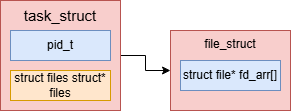
Jenjdi/NotePics keeps this draw.io diagram as struct sock.png. Above is the earlier version. Source tidied: cells renumbered, new cells last; positions are measured from the earlier drawing's top-left corner, leaving out a move shared by most shapes.
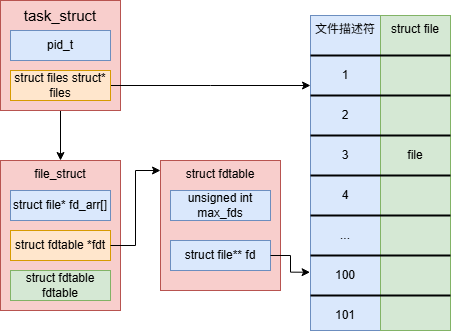
After the commit.

What changed in the source:
```diff
@@ -9,16 +9,98 @@
       <mxGeometry width="120" height="110" as="geometry" />
     </mxCell>
     <mxCell id="4" value="file_struct" style="rounded=0;whiteSpace=wrap;html=1;fillColor=#f8cecc;strokeColor=#b85450;verticalAlign=top;align=center;" parent="1" vertex="1">
-      <mxGeometry x="170" y="30" width="120" height="80" as="geometry" />
+      <mxGeometry y="160" width="120" height="150" as="geometry" />
     </mxCell>
     <mxCell id="5" value="pid_t" style="rounded=0;whiteSpace=wrap;html=1;fillColor=#dae8fc;strokeColor=#6c8ebf;" parent="1" vertex="1">
       <mxGeometry x="10" y="30" width="100" height="30" as="geometry" />
     </mxCell>
+    <mxCell id="8" style="edgeStyle=orthogonalEdgeStyle;rounded=0;jettySize=auto;html=1;" parent="1" edge="1" source="6">
+      <mxGeometry relative="1" as="geometry">
+        <mxPoint x="310" y="85" as="targetPoint" />
+      </mxGeometry>
+    </mxCell>
     <mxCell id="6" value="struct files struct* files" style="rounded=0;whiteSpace=wrap;html=1;fillColor=#ffe6cc;strokeColor=#d79b00;" parent="1" vertex="1">
       <mxGeometry x="10" y="70" width="100" height="30" as="geometry" />
     </mxCell>
     <mxCell id="7" value="struct file* fd_arr[]" style="rounded=0;whiteSpace=wrap;html=1;fillColor=#dae8fc;strokeColor=#6c8ebf;" parent="1" vertex="1">
-      <mxGeometry x="180" y="60" width="100" height="30" as="geometry" />
+      <mxGeometry x="10" y="190" width="100" height="30" as="geometry" />
     </mxCell>
+    <mxCell id="9" value="struct fdtable *fdt" style="rounded=0;whiteSpace=wrap;html=1;fillColor=#ffe6cc;strokeColor=#d79b00;" parent="1" vertex="1">
+      <mxGeometry x="10" y="230" width="100" height="30" as="geometry" />
+    </mxCell>
+    <mxCell id="10" value="struct fdtable fdtable" style="rounded=0;whiteSpace=wrap;html=1;fillColor=#d5e8d4;strokeColor=#82b366;" parent="1" vertex="1">
+      <mxGeometry x="10" y="270" width="100" height="30" as="geometry" />
+    </mxCell>
+    <mxCell id="11" value="struct fdtable" style="rounded=0;whiteSpace=wrap;html=1;verticalAlign=top;fillColor=#f8cecc;strokeColor=#b85450;" parent="1" vertex="1">
+      <mxGeometry x="160" y="160" width="120" height="130" as="geometry" />
+    </mxCell>
+    <mxCell id="12" value="unsigned int max_fds" style="rounded=0;whiteSpace=wrap;html=1;fillColor=#dae8fc;strokeColor=#6c8ebf;" parent="1" vertex="1">
+      <mxGeometry x="170" y="190" width="100" height="30" as="geometry" />
+    </mxCell>
+    <mxCell id="13" value="struct file** fd" style="rounded=0;whiteSpace=wrap;html=1;fillColor=#dae8fc;strokeColor=#6c8ebf;" parent="1" vertex="1">
+      <mxGeometry x="170" y="240" width="100" height="30" as="geometry" />
+    </mxCell>
+    <mxCell id="14" style="edgeStyle=orthogonalEdgeStyle;rounded=0;jettySize=auto;html=1;entryX=0;entryY=0.077;entryDx=0;entryDy=0;entryPerimeter=0;" parent="1" edge="1" source="9" target="11">
+      <mxGeometry relative="1" as="geometry" />
+    </mxCell>
+    <mxCell id="15" value="文件描述符" style="rounded=0;whiteSpace=wrap;html=1;verticalAlign=top;fillColor=#dae8fc;strokeColor=#6c8ebf;" parent="1" vertex="1">
+      <mxGeometry x="310" y="15" width="70" height="315" as="geometry" />
+    </mxCell>
+    <mxCell id="16" style="edgeStyle=orthogonalEdgeStyle;rounded=0;jettySize=auto;html=1;entryX=-0.006;entryY=0.815;entryDx=0;entryDy=0;entryPerimeter=0;" parent="1" edge="1" source="13" target="15">
+      <mxGeometry relative="1" as="geometry" />
+    </mxCell>
+    <mxCell id="17" style="endArrow=none;html=1;rounded=0;" parent="1" edge="1" source="18">
+      <mxGeometry relative="1" as="geometry">
+        <mxPoint x="420" y="60" as="targetPoint" />
+      </mxGeometry>
+    </mxCell>
+    <mxCell id="18" value="struct file" style="rounded=0;whiteSpace=wrap;html=1;verticalAlign=top;fillColor=#d5e8d4;strokeColor=#82b366;" parent="1" vertex="1">
+      <mxGeometry x="380" y="15" width="70" height="315" as="geometry" />
+    </mxCell>
+    <mxCell id="19" style="line;strokeWidth=2;html=1;" parent="1" vertex="1">
+      <mxGeometry x="310" y="50" width="140" height="10" as="geometry" />
+    </mxCell>
+    <mxCell id="20" style="line;strokeWidth=2;html=1;" parent="1" vertex="1">
+      <mxGeometry x="310" y="90" width="140" height="10" as="geometry" />
+    </mxCell>
+    <mxCell id="21" style="line;strokeWidth=2;html=1;" parent="1" vertex="1">
+      <mxGeometry x="310" y="130" width="140" height="10" as="geometry" />
+    </mxCell>
+    <mxCell id="22" style="line;strokeWidth=2;html=1;" parent="1" vertex="1">
+      <mxGeometry x="310" y="170" width="140" height="10" as="geometry" />
+    </mxCell>
+    <mxCell id="23" style="line;strokeWidth=2;html=1;" parent="1" vertex="1">
+      <mxGeometry x="310" y="210" width="140" height="10" as="geometry" />
+    </mxCell>
+    <mxCell id="24" style="line;strokeWidth=2;html=1;" parent="1" vertex="1">
+      <mxGeometry x="310" y="250" width="140" height="10" as="geometry" />
+    </mxCell>
+    <mxCell id="25" style="line;strokeWidth=2;html=1;" parent="1" vertex="1">
+      <mxGeometry x="310" y="290" width="140" height="10" as="geometry" />
+    </mxCell>
+    <mxCell id="26" value="1" style="text;strokeColor=none;align=center;fillColor=none;html=1;verticalAlign=middle;whiteSpace=wrap;rounded=0;" parent="1" vertex="1">
+      <mxGeometry x="315" y="60" width="60" height="30" as="geometry" />
+    </mxCell>
+    <mxCell id="27" value="2" style="text;strokeColor=none;align=center;fillColor=none;html=1;verticalAlign=middle;whiteSpace=wrap;rounded=0;" parent="1" vertex="1">
+      <mxGeometry x="315" y="100" width="60" height="30" as="geometry" />
+    </mxCell>
+    <mxCell id="28" value="3" style="text;strokeColor=none;align=center;fillColor=none;html=1;verticalAlign=middle;whiteSpace=wrap;rounded=0;" parent="1" vertex="1">
+      <mxGeometry x="315" y="140" width="60" height="30" as="geometry" />
+    </mxCell>
+    <mxCell id="29" value="4" style="text;strokeColor=none;align=center;fillColor=none;html=1;verticalAlign=middle;whiteSpace=wrap;rounded=0;" parent="1" vertex="1">
+      <mxGeometry x="315" y="180" width="60" height="30" as="geometry" />
+    </mxCell>
+    <mxCell id="30" value="..." style="text;strokeColor=none;align=center;fillColor=none;html=1;verticalAlign=middle;whiteSpace=wrap;rounded=0;" parent="1" vertex="1">
+      <mxGeometry x="315" y="220" width="60" height="30" as="geometry" />
+    </mxCell>
+    <mxCell id="31" value="100" style="text;strokeColor=none;align=center;fillColor=none;html=1;verticalAlign=middle;whiteSpace=wrap;rounded=0;" parent="1" vertex="1">
+      <mxGeometry x="315" y="260" width="60" height="30" as="geometry" />
+    </mxCell>
+    <mxCell id="32" value="101" style="text;strokeColor=none;align=center;fillColor=none;html=1;verticalAlign=middle;whiteSpace=wrap;rounded=0;" parent="1" vertex="1">
+      <mxGeometry x="315" y="300" width="60" height="30" as="geometry" />
+    </mxCell>
+    <mxCell id="33" value="file" style="text;strokeColor=none;align=center;fillColor=none;html=1;verticalAlign=middle;whiteSpace=wrap;rounded=0;" parent="1" vertex="1">
+      <mxGeometry x="385" y="140" width="60" height="30" as="geometry" />
+    </mxCell>
   </root>
 </mxGraphModel>
```
